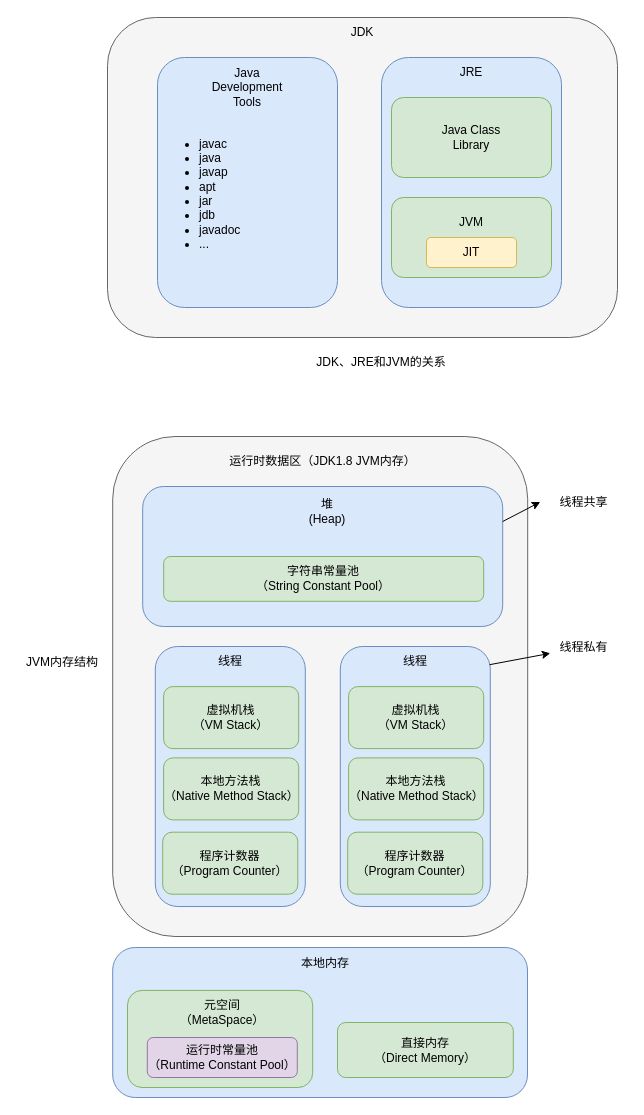
The draw.io diagram page "JDK&JRE&JVM" (1 of 3) of Java/Java.drawio in Zhu-junwei/-, before the edit. Source tidied: cells renumbered, new cells numbered last; positions are measured from the earlier drawing's top-left corner, leaving out a move shared by most shapes. Both pictures are drawn from the tidied source at 100%, with x=0, y=0 at pixel (17, 17).
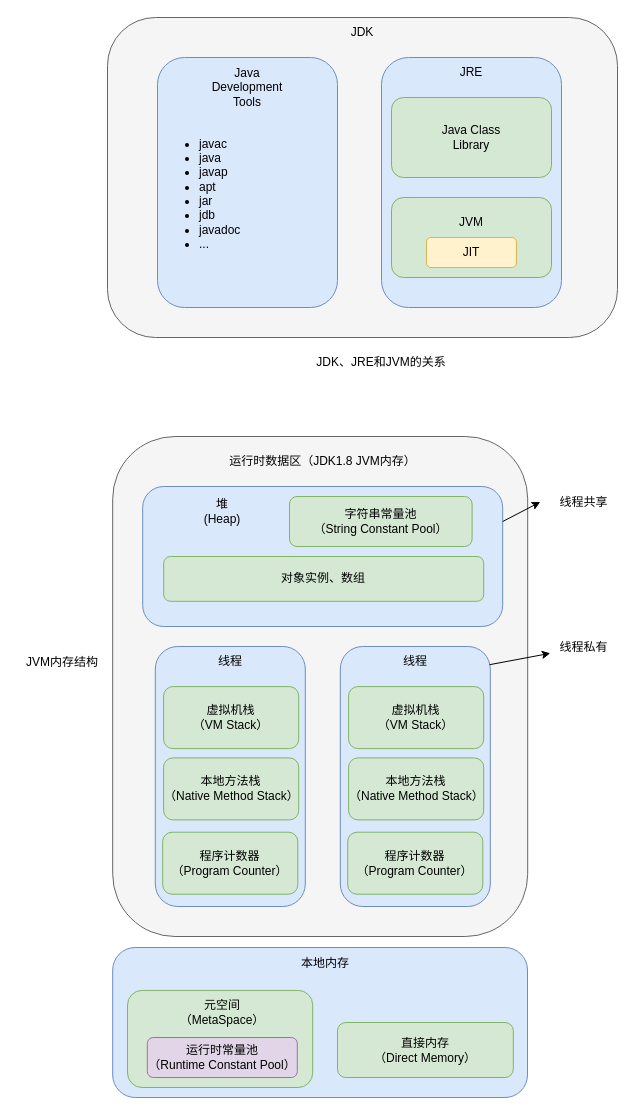
Above is the later version.

Unchanged cells that the change refers to:
```xml
<mxCell id="20" style="group;rounded=1;" parent="19" vertex="1">
  <mxGeometry width="360" height="140" as="geometry" />
</mxCell>
<mxCell id="23" style="group;rounded=1;" parent="20" vertex="1">
  <mxGeometry x="21" y="70" width="320" height="44.8" as="geometry" />
</mxCell>
```

Diff of the diagram source:
```diff
@@
-    <mxCell id="22" value="堆&lt;br&gt;(Heap)" style="text;html=1;strokeColor=none;fillColor=none;align=center;verticalAlign=middle;whiteSpace=wrap;rounded=1;" parent="20" vertex="1">
-      <mxGeometry x="120" y="10" width="130" height="30" as="geometry" />
-    </mxCell>
@@
-    <mxCell id="24" value="字符串常量池&lt;br&gt;（String Constant Pool）" style="rounded=1;whiteSpace=wrap;html=1;fillColor=#d5e8d4;strokeColor=#82b366;" parent="23" vertex="1">
+    <mxCell id="24" value="对象实例、数组" style="rounded=1;whiteSpace=wrap;html=1;fillColor=#d5e8d4;strokeColor=#82b366;" parent="23" vertex="1">
       <mxGeometry width="320" height="44.8" as="geometry" />
     </mxCell>
+    <mxCell id="55" style="group;rounded=1;" parent="20" vertex="1">
+      <mxGeometry x="146.8" y="10" width="182.6" height="50" as="geometry" />
+    </mxCell>
+    <mxCell id="56" value="字符串常量池&lt;br&gt;（String Constant Pool）" style="rounded=1;whiteSpace=wrap;html=1;fillColor=#d5e8d4;strokeColor=#82b366;" parent="55" vertex="1">
+      <mxGeometry width="182.6" height="50" as="geometry" />
+    </mxCell>
+    <mxCell id="22" value="堆&lt;br&gt;(Heap)" style="text;html=1;strokeColor=none;fillColor=none;align=center;verticalAlign=middle;whiteSpace=wrap;rounded=1;" parent="20" vertex="1">
+      <mxGeometry x="14.8" y="10" width="130" height="30" as="geometry" />
+    </mxCell>
```
